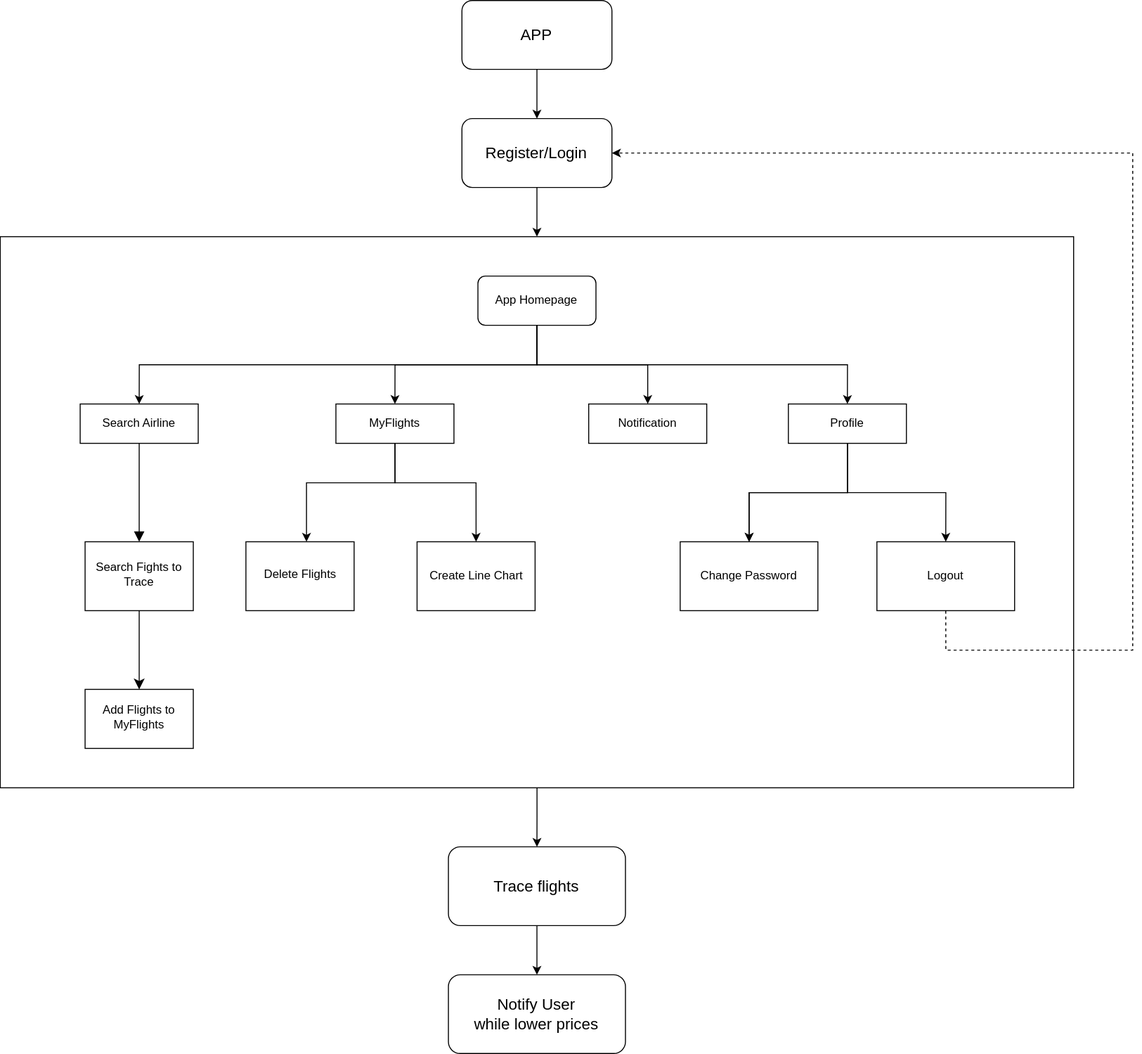
Earlier version of the draw.io export diagram/App flow.svg (CY-Marowak/FlightTicketProject). Source tidied: cells renumbered, new cells last; positions are measured from the earlier drawing's top-left corner, leaving out a move shared by most shapes. Its diagram source:
```xml
<mxGraphModel>
  <root>
    <mxCell id="0" />
    <mxCell id="1" parent="0" />
    <mxCell id="2" style="edgeStyle=orthogonalEdgeStyle;rounded=0;jettySize=auto;html=1;entryX=0.5;entryY=0;entryDx=0;entryDy=0;" parent="1" edge="1" source="3" target="10">
      <mxGeometry relative="1" as="geometry" />
    </mxCell>
    <mxCell id="3" style="rounded=0;whiteSpace=wrap;html=1;" parent="1" vertex="1">
      <mxGeometry x="-0.2" y="240" width="1091.2" height="560" as="geometry" />
    </mxCell>
    <mxCell id="4" style="rounded=0;html=1;jettySize=auto;fontSize=11;endArrow=block;endFill=1;endSize=8;strokeWidth=1;shadow=0;labelBackgroundColor=none;edgeStyle=orthogonalEdgeStyle;" parent="1" edge="1" source="5" target="7">
      <mxGeometry relative="1" as="geometry" />
    </mxCell>
    <mxCell id="5" value="Search Airline" style="rounded=0;whiteSpace=wrap;html=1;fontSize=12;glass=0;strokeWidth=1;shadow=0;" parent="1" vertex="1">
      <mxGeometry x="81" y="410" width="120" height="40" as="geometry" />
    </mxCell>
    <mxCell id="6" style="rounded=0;html=1;jettySize=auto;fontSize=11;endArrow=classic;endFill=1;endSize=8;strokeWidth=1;shadow=0;labelBackgroundColor=none;edgeStyle=orthogonalEdgeStyle;exitX=0.5;exitY=1;exitDx=0;exitDy=0;entryX=0.5;entryY=0;entryDx=0;entryDy=0;" parent="1" edge="1" source="7" target="8">
      <mxGeometry x="0.55" y="35" relative="1" as="geometry" />
    </mxCell>
    <mxCell id="7" value="Search Fights to Trace" style="rounded=0;whiteSpace=wrap;html=1;shadow=0;fontFamily=Helvetica;fontSize=12;align=center;strokeWidth=1;spacing=6;spacingTop=-4;" parent="1" vertex="1">
      <mxGeometry x="86" y="550" width="110" height="70" as="geometry" />
    </mxCell>
    <mxCell id="8" value="Add Flights to MyFlights" style="rounded=0;whiteSpace=wrap;html=1;shadow=0;fontFamily=Helvetica;fontSize=12;align=center;strokeWidth=1;spacing=6;spacingTop=-4;" parent="1" vertex="1">
      <mxGeometry x="86" y="700" width="110" height="60" as="geometry" />
    </mxCell>
    <mxCell id="9" style="edgeStyle=orthogonalEdgeStyle;rounded=0;jettySize=auto;html=1;exitX=0.5;exitY=1;exitDx=0;exitDy=0;entryX=0.5;entryY=0;entryDx=0;entryDy=0;" parent="1" edge="1" source="10" target="22">
      <mxGeometry relative="1" as="geometry" />
    </mxCell>
    <mxCell id="10" value="&lt;font style=&quot;font-size: 16px;&quot;&gt;Trace flights&lt;/font&gt;" style="rounded=1;whiteSpace=wrap;html=1;fontSize=12;glass=0;strokeWidth=1;shadow=0;" parent="1" vertex="1">
      <mxGeometry x="455.4" y="860" width="180" height="80" as="geometry" />
    </mxCell>
    <mxCell id="11" style="edgeStyle=orthogonalEdgeStyle;rounded=0;jettySize=auto;html=1;exitX=0.5;exitY=1;exitDx=0;exitDy=0;entryX=0.5;entryY=0;entryDx=0;entryDy=0;" parent="1" edge="1" source="15" target="5">
      <mxGeometry relative="1" as="geometry" />
    </mxCell>
    <mxCell id="12" style="edgeStyle=orthogonalEdgeStyle;rounded=0;jettySize=auto;html=1;exitX=0.5;exitY=1;exitDx=0;exitDy=0;entryX=0.5;entryY=0;entryDx=0;entryDy=0;" parent="1" edge="1" source="15" target="18">
      <mxGeometry relative="1" as="geometry" />
    </mxCell>
    <mxCell id="13" style="edgeStyle=orthogonalEdgeStyle;rounded=0;jettySize=auto;html=1;exitX=0.5;exitY=1;exitDx=0;exitDy=0;entryX=0.5;entryY=0;entryDx=0;entryDy=0;" parent="1" edge="1" source="15" target="24">
      <mxGeometry relative="1" as="geometry" />
    </mxCell>
    <mxCell id="14" style="edgeStyle=orthogonalEdgeStyle;rounded=0;jettySize=auto;html=1;exitX=0.5;exitY=1;exitDx=0;exitDy=0;entryX=0.5;entryY=0;entryDx=0;entryDy=0;" parent="1" edge="1" source="15" target="30">
      <mxGeometry relative="1" as="geometry" />
    </mxCell>
    <mxCell id="15" value="App Homepage" style="rounded=1;whiteSpace=wrap;html=1;fontSize=12;glass=0;strokeWidth=1;shadow=0;" parent="1" vertex="1">
      <mxGeometry x="485.4" y="280" width="120" height="50" as="geometry" />
    </mxCell>
    <mxCell id="16" style="edgeStyle=orthogonalEdgeStyle;rounded=0;jettySize=auto;html=1;" parent="1" edge="1" source="18" target="19">
      <mxGeometry relative="1" as="geometry">
        <Array as="points">
          <mxPoint x="401" y="490" />
          <mxPoint x="311" y="490" />
        </Array>
      </mxGeometry>
    </mxCell>
    <mxCell id="17" style="edgeStyle=orthogonalEdgeStyle;rounded=0;jettySize=auto;html=1;exitX=0.5;exitY=1;exitDx=0;exitDy=0;entryX=0.5;entryY=0;entryDx=0;entryDy=0;" parent="1" edge="1" source="18" target="23">
      <mxGeometry relative="1" as="geometry">
        <Array as="points">
          <mxPoint x="401" y="490" />
          <mxPoint x="484" y="490" />
        </Array>
      </mxGeometry>
    </mxCell>
    <mxCell id="18" value="MyFlights" style="rounded=0;whiteSpace=wrap;html=1;fontSize=12;glass=0;strokeWidth=1;shadow=0;" parent="1" vertex="1">
      <mxGeometry x="341" y="410" width="120" height="40" as="geometry" />
    </mxCell>
    <mxCell id="19" value="Delete Flights" style="rounded=0;whiteSpace=wrap;html=1;shadow=0;fontFamily=Helvetica;fontSize=12;align=center;strokeWidth=1;spacing=6;spacingTop=-4;" parent="1" vertex="1">
      <mxGeometry x="249.5" y="550" width="110" height="70" as="geometry" />
    </mxCell>
    <mxCell id="20" style="edgeStyle=orthogonalEdgeStyle;rounded=0;jettySize=auto;html=1;exitX=0.5;exitY=1;exitDx=0;exitDy=0;entryX=0.5;entryY=0;entryDx=0;entryDy=0;" parent="1" edge="1" source="21" target="3">
      <mxGeometry relative="1" as="geometry" />
    </mxCell>
    <mxCell id="21" value="&lt;font style=&quot;font-size: 16px;&quot;&gt;Register/Login&lt;/font&gt;" style="rounded=1;whiteSpace=wrap;html=1;" parent="1" vertex="1">
      <mxGeometry x="469.1" y="120" width="152.5" height="70" as="geometry" />
    </mxCell>
    <mxCell id="22" value="&lt;font style=&quot;font-size: 16px;&quot;&gt;Notify User&lt;/font&gt;&lt;div&gt;&lt;font style=&quot;font-size: 16px;&quot;&gt;while lower prices&lt;/font&gt;&lt;/div&gt;" style="rounded=1;whiteSpace=wrap;html=1;fontSize=12;glass=0;strokeWidth=1;shadow=0;" parent="1" vertex="1">
      <mxGeometry x="455.4" y="990" width="180" height="80" as="geometry" />
    </mxCell>
    <mxCell id="23" value="Create Line Chart" style="rounded=0;whiteSpace=wrap;html=1;" parent="1" vertex="1">
      <mxGeometry x="423.5" y="550" width="120" height="70" as="geometry" />
    </mxCell>
    <mxCell id="24" value="Notification" style="rounded=0;whiteSpace=wrap;html=1;" parent="1" vertex="1">
      <mxGeometry x="598" y="410" width="120" height="40" as="geometry" />
    </mxCell>
    <mxCell id="25" style="edgeStyle=orthogonalEdgeStyle;rounded=0;jettySize=auto;html=1;exitX=0.5;exitY=1;exitDx=0;exitDy=0;entryX=0.5;entryY=0;entryDx=0;entryDy=0;" parent="1" edge="1" source="26" target="21">
      <mxGeometry relative="1" as="geometry" />
    </mxCell>
    <mxCell id="26" value="&lt;font style=&quot;font-size: 16px;&quot;&gt;APP&lt;/font&gt;" style="rounded=1;whiteSpace=wrap;html=1;" parent="1" vertex="1">
      <mxGeometry x="469.1" width="152.5" height="70" as="geometry" />
    </mxCell>
    <mxCell id="27" style="edgeStyle=orthogonalEdgeStyle;rounded=0;jettySize=auto;html=1;" parent="1" edge="1" source="30" target="31">
      <mxGeometry relative="1" as="geometry" />
    </mxCell>
    <mxCell id="28" style="edgeStyle=orthogonalEdgeStyle;rounded=0;jettySize=auto;html=1;" parent="1" edge="1" source="30" target="31">
      <mxGeometry relative="1" as="geometry" />
    </mxCell>
    <mxCell id="29" style="edgeStyle=orthogonalEdgeStyle;rounded=0;jettySize=auto;html=1;exitX=0.5;exitY=1;exitDx=0;exitDy=0;entryX=0.5;entryY=0;entryDx=0;entryDy=0;" parent="1" edge="1" source="30" target="33">
      <mxGeometry relative="1" as="geometry" />
    </mxCell>
    <mxCell id="30" value="Profile" style="rounded=0;whiteSpace=wrap;html=1;" parent="1" vertex="1">
      <mxGeometry x="801" y="410" width="120" height="40" as="geometry" />
    </mxCell>
    <mxCell id="31" value="Change Password" style="rounded=0;whiteSpace=wrap;html=1;" parent="1" vertex="1">
      <mxGeometry x="691" y="550" width="140" height="70" as="geometry" />
    </mxCell>
    <mxCell id="32" style="edgeStyle=orthogonalEdgeStyle;rounded=0;jettySize=auto;html=1;exitX=0.5;exitY=1;exitDx=0;exitDy=0;entryX=1;entryY=0.5;entryDx=0;entryDy=0;dashed=1;" parent="1" edge="1" source="33" target="21">
      <mxGeometry relative="1" as="geometry">
        <Array as="points">
          <mxPoint x="961" y="660" />
          <mxPoint x="1151" y="660" />
          <mxPoint x="1151" y="155" />
        </Array>
      </mxGeometry>
    </mxCell>
    <mxCell id="33" value="Logout" style="rounded=0;whiteSpace=wrap;html=1;" parent="1" vertex="1">
      <mxGeometry x="891" y="550" width="140" height="70" as="geometry" />
    </mxCell>
  </root>
</mxGraphModel>
```
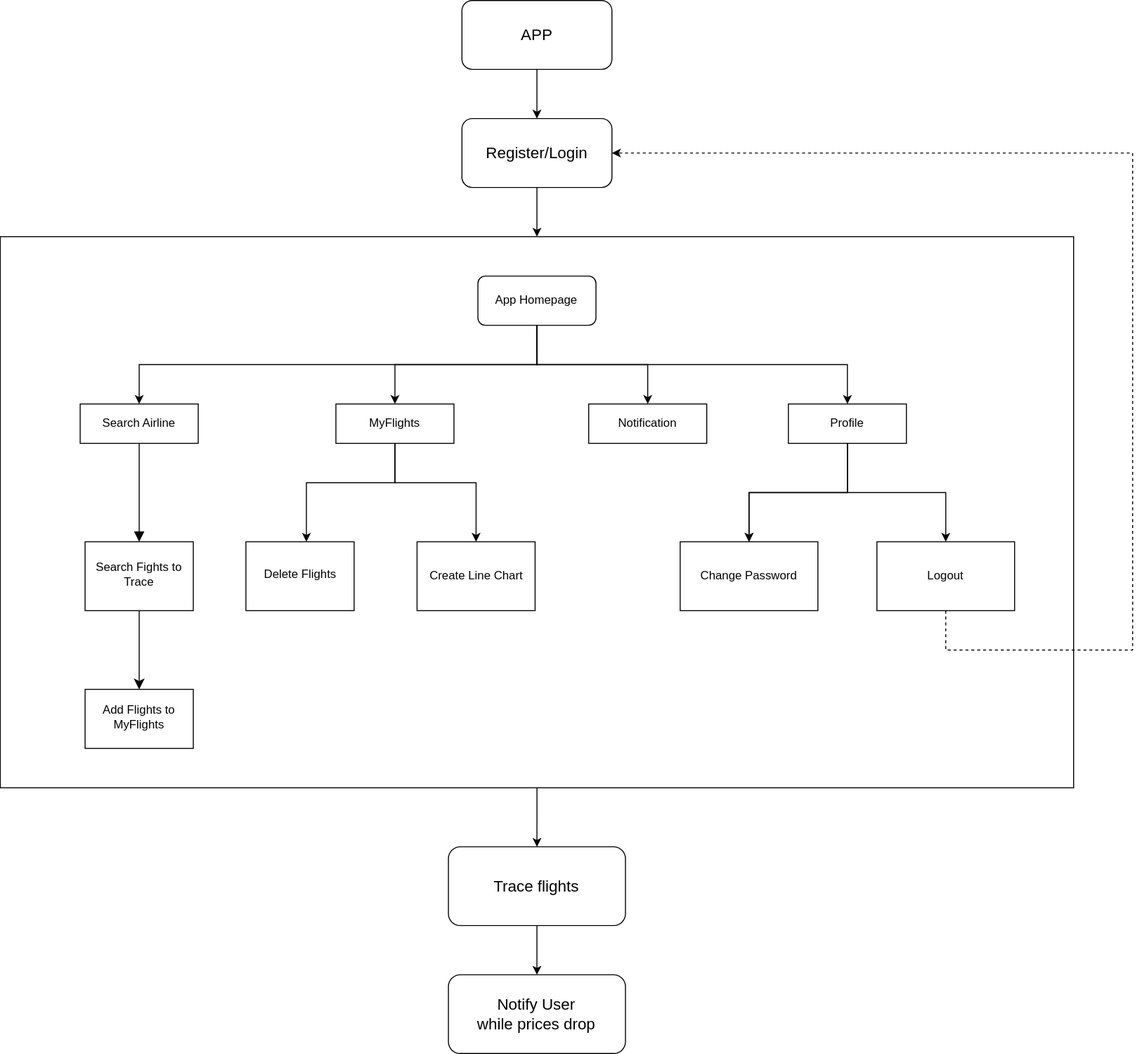
The same file after the commit.

Diff of the diagram source:
```diff
@@ -72,7 +72,7 @@
     <mxCell id="21" value="&lt;font style=&quot;font-size: 16px;&quot;&gt;Register/Login&lt;/font&gt;" style="rounded=1;whiteSpace=wrap;html=1;" parent="1" vertex="1">
       <mxGeometry x="469.1" y="120" width="152.5" height="70" as="geometry" />
     </mxCell>
-    <mxCell id="22" value="&lt;font style=&quot;font-size: 16px;&quot;&gt;Notify User&lt;/font&gt;&lt;div&gt;&lt;font style=&quot;font-size: 16px;&quot;&gt;while lower prices&lt;/font&gt;&lt;/div&gt;" style="rounded=1;whiteSpace=wrap;html=1;fontSize=12;glass=0;strokeWidth=1;shadow=0;" parent="1" vertex="1">
+    <mxCell id="22" value="&lt;font style=&quot;font-size: 16px;&quot;&gt;Notify User&lt;/font&gt;&lt;div&gt;&lt;font style=&quot;font-size: 16px;&quot;&gt;while prices drop&lt;/font&gt;&lt;/div&gt;" style="rounded=1;whiteSpace=wrap;html=1;fontSize=12;glass=0;strokeWidth=1;shadow=0;" parent="1" vertex="1">
       <mxGeometry x="455.4" y="990" width="180" height="80" as="geometry" />
     </mxCell>
     <mxCell id="23" value="Create Line Chart" style="rounded=0;whiteSpace=wrap;html=1;" parent="1" vertex="1">
```
